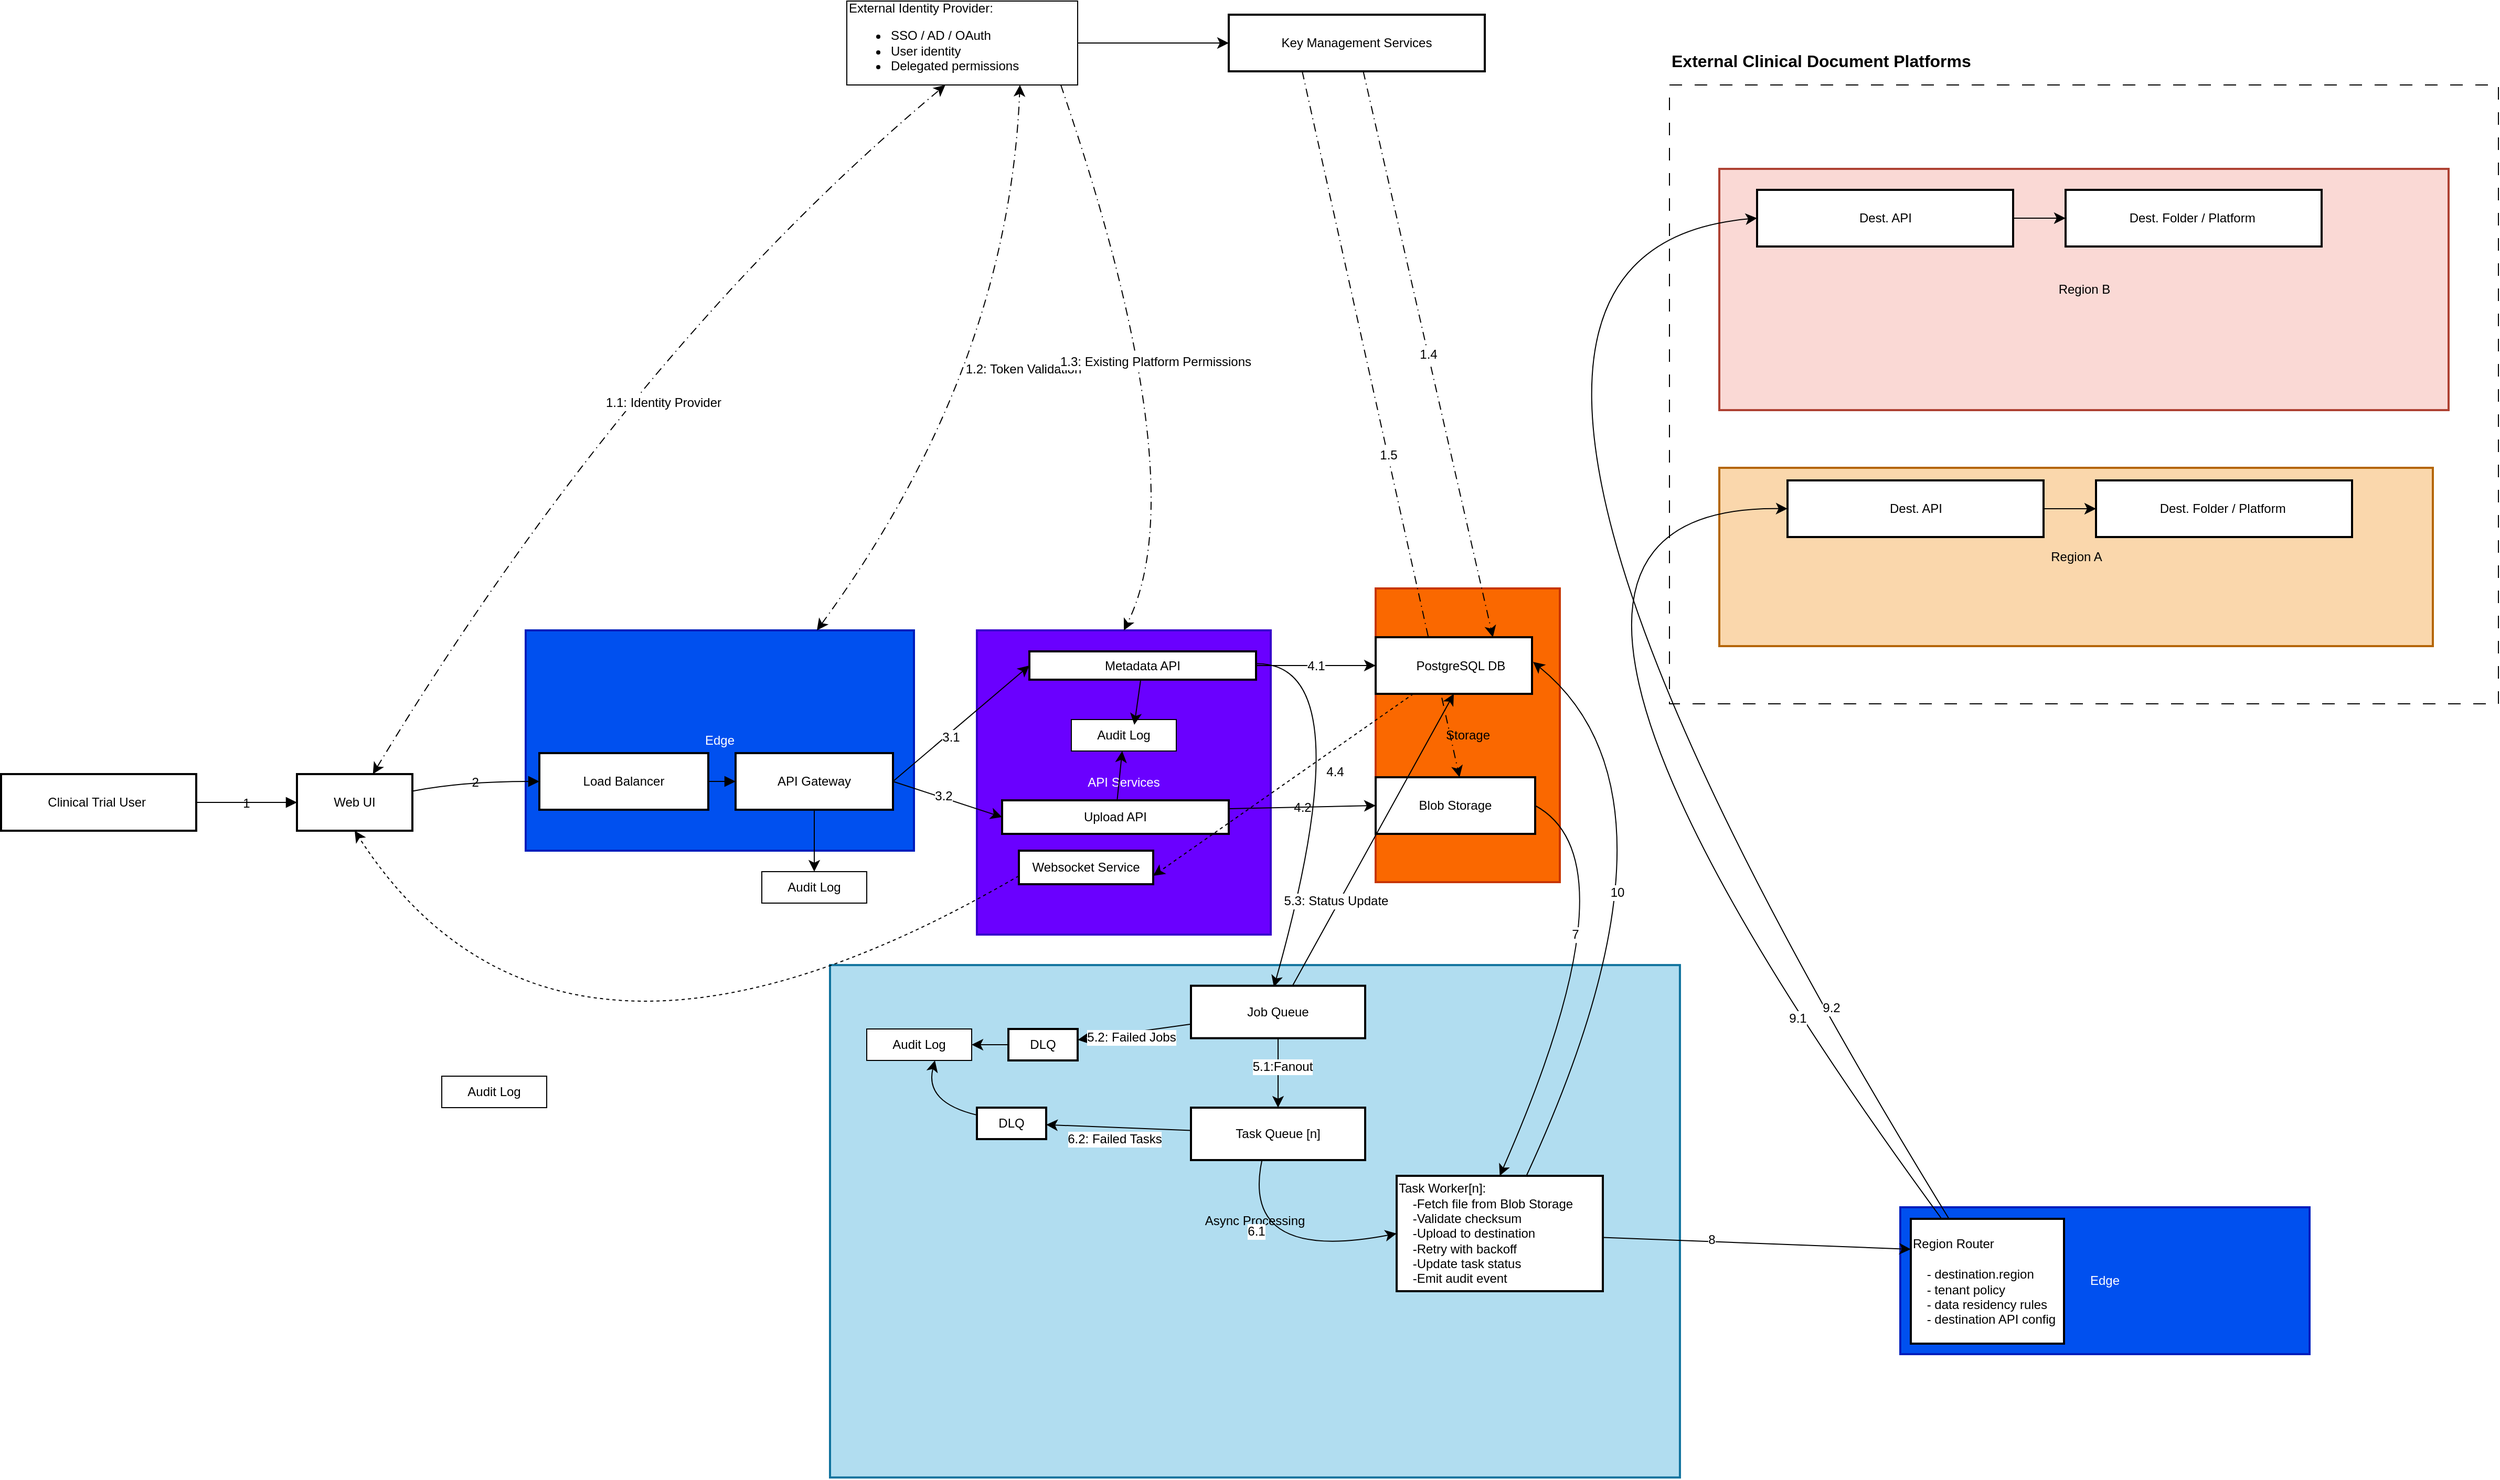
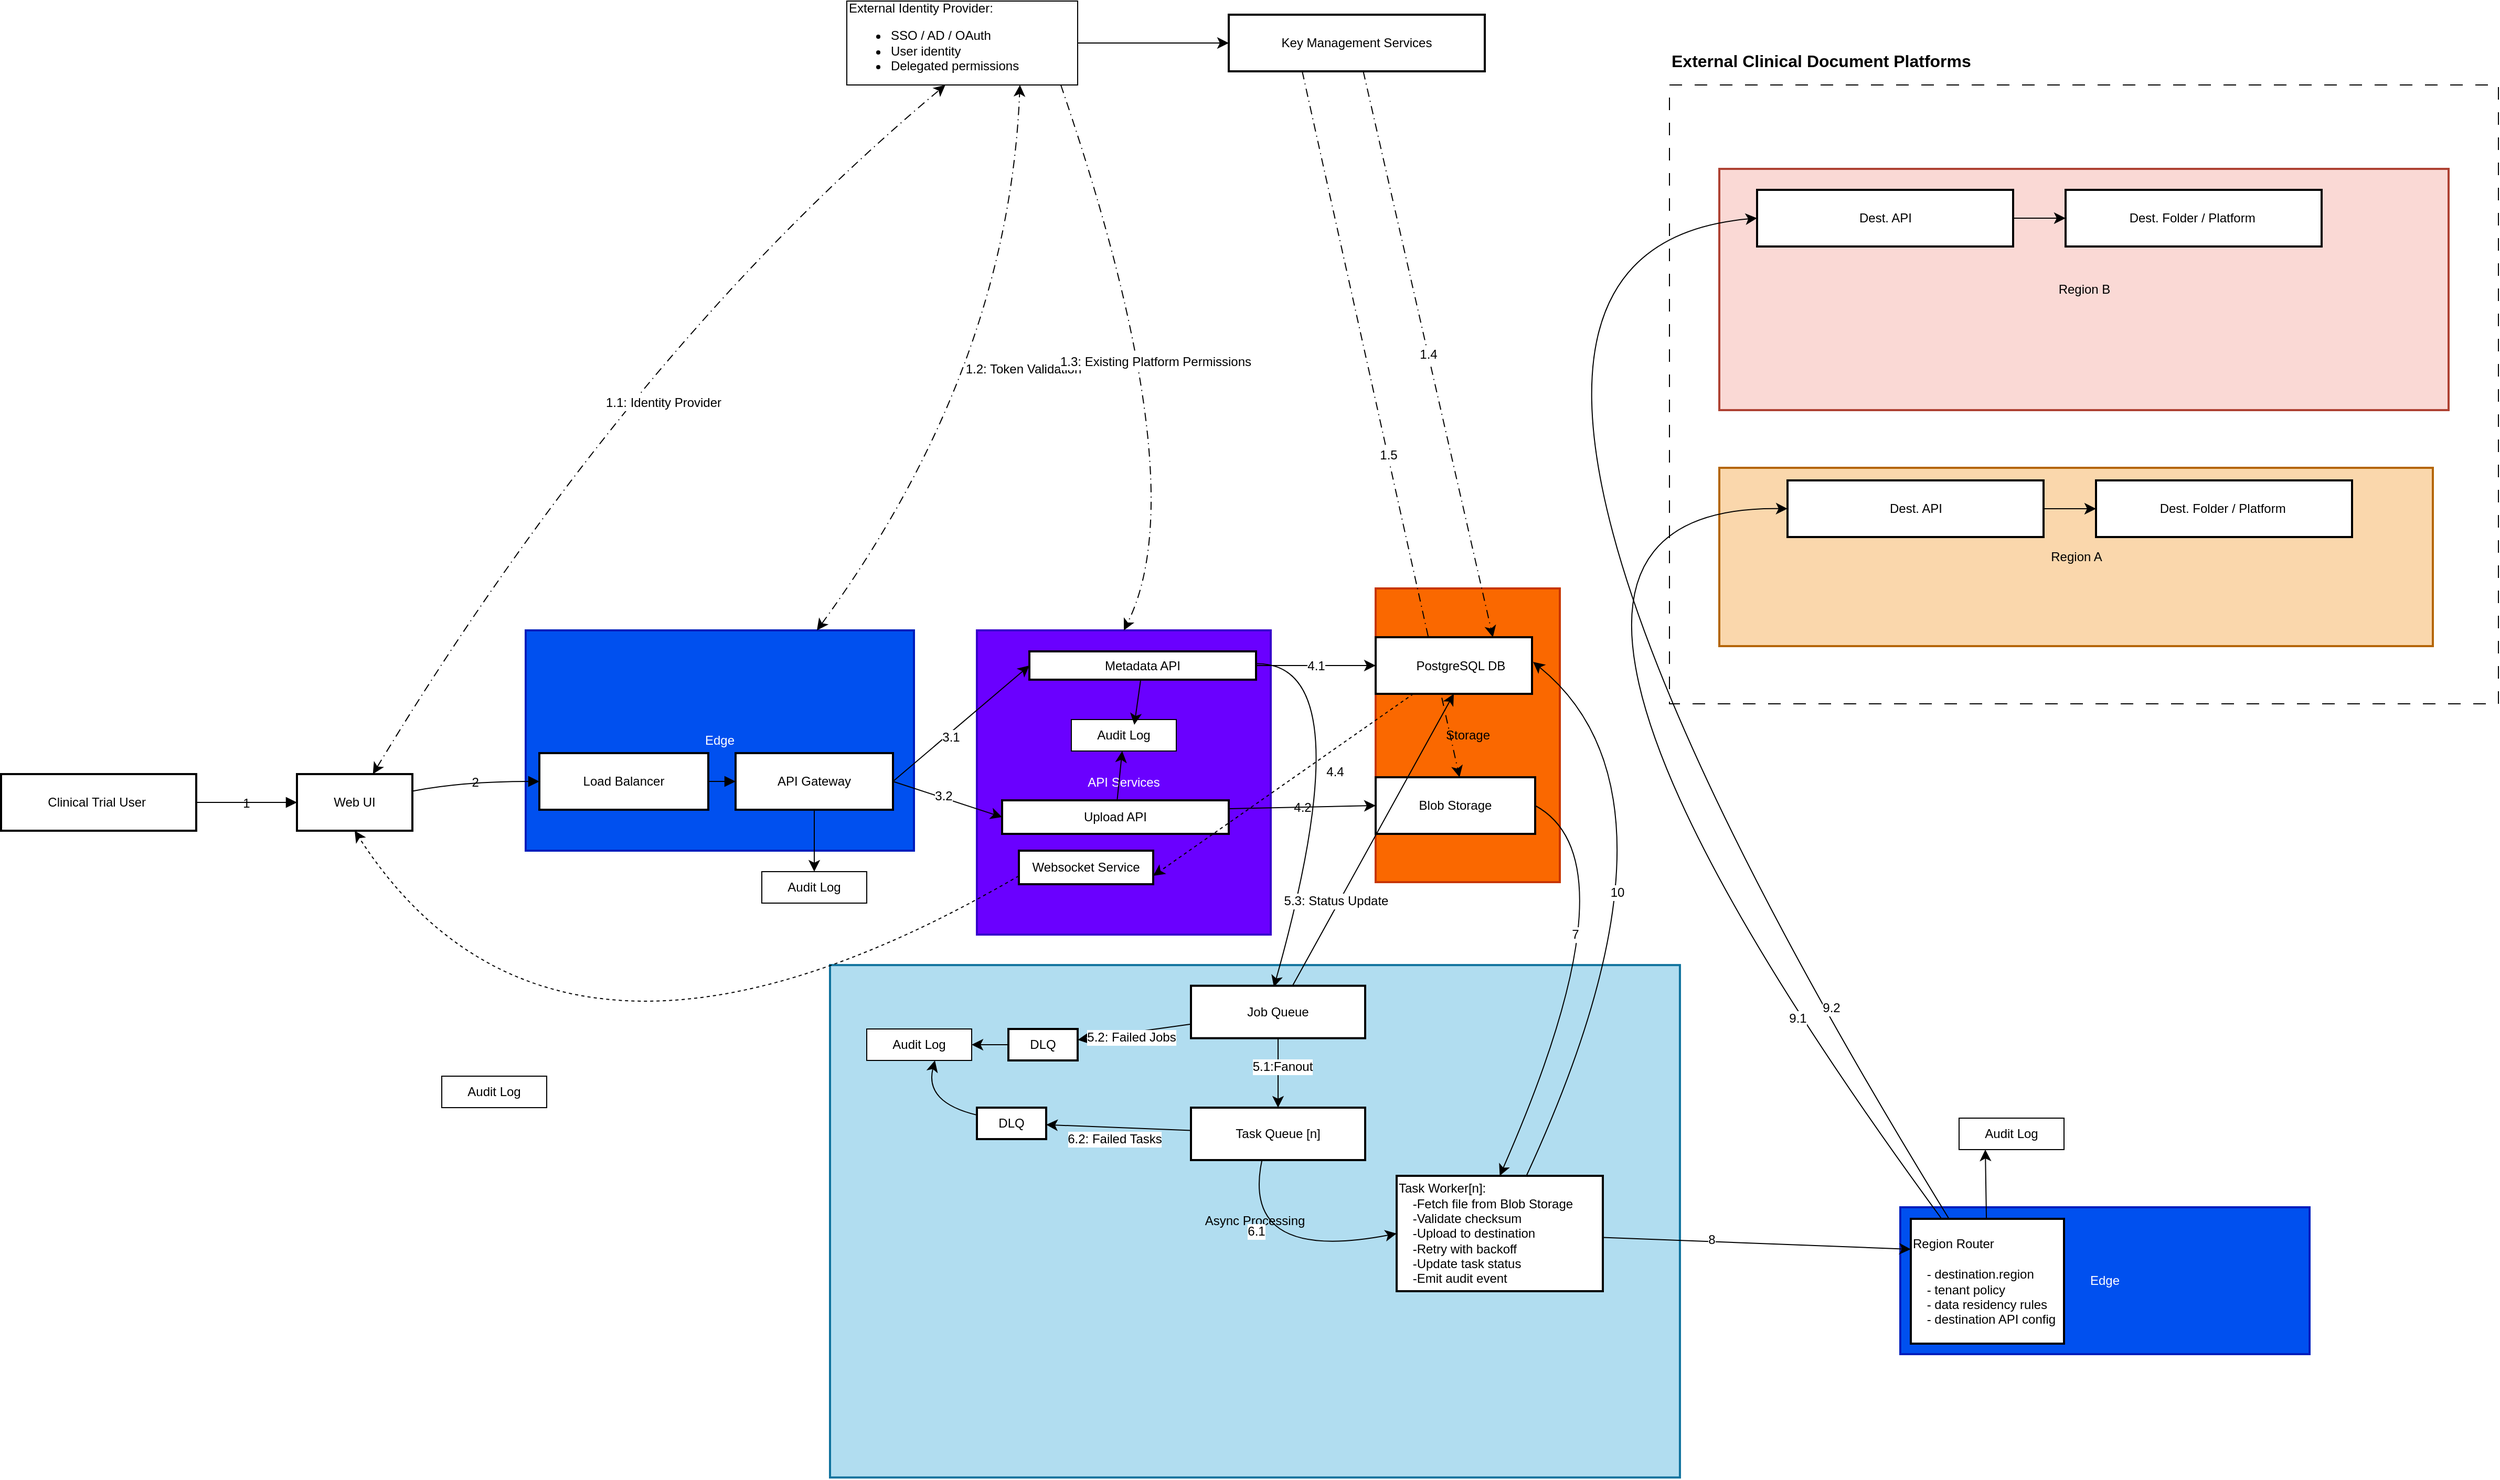
<mxfile host="app.diagrams.net">
  <diagram name="Overall-Diagram" id="Xauzskn0iYLa3f8TggF1">
-     <mxGraphModel dx="992" dy="1775" grid="1" gridSize="10" guides="1" tooltips="1" connect="1" arrows="1" fold="1" page="1" pageScale="1" pageWidth="850" pageHeight="1100" background="none" math="0" shadow="0">
+     <mxGraphModel dx="752" dy="1612" grid="1" gridSize="10" guides="1" tooltips="1" connect="1" arrows="1" fold="1" page="1" pageScale="1" pageWidth="850" pageHeight="1100" background="none" math="0" shadow="0">
      <root>
        <mxCell id="0" />
        <mxCell id="1" parent="0" />
        <mxCell id="kZjGEyZ31KSyDfQOjVAd-13" connectable="0" parent="1" style="group" value="" vertex="1">
          <mxGeometry height="630" width="790" x="1690" y="-520" as="geometry" />
        </mxCell>
        <mxCell id="kZjGEyZ31KSyDfQOjVAd-8" parent="kZjGEyZ31KSyDfQOjVAd-13" style="rounded=0;whiteSpace=wrap;html=1;fillColor=none;dashed=1;dashPattern=12 12;" value="" vertex="1">
          <mxGeometry height="590" width="790" y="40" as="geometry" />
        </mxCell>
        <mxCell id="kZjGEyZ31KSyDfQOjVAd-10" parent="kZjGEyZ31KSyDfQOjVAd-13" style="text;html=1;whiteSpace=wrap;strokeColor=none;fillColor=none;align=left;verticalAlign=middle;rounded=0;fontSize=16;" value="&lt;h2&gt;&lt;span style=&quot;-webkit-text-size-adjust: auto; font-size: medium;&quot;&gt;External Clinical Document Platforms&lt;/span&gt;&lt;/h2&gt;" vertex="1">
          <mxGeometry height="30" width="470" as="geometry" />
        </mxCell>
        <mxCell id="tPvMw2njpGqdJi2HAjV1-28" parent="kZjGEyZ31KSyDfQOjVAd-13" style="whiteSpace=wrap;strokeWidth=2;rounded=0;labelBackgroundColor=none;fillColor=#fad9d5;strokeColor=#ae4132;" value="Region B" vertex="1">
          <mxGeometry height="230" width="695" x="47.5" y="120" as="geometry" />
        </mxCell>
        <mxCell id="tPvMw2njpGqdJi2HAjV1-27" parent="kZjGEyZ31KSyDfQOjVAd-13" style="whiteSpace=wrap;strokeWidth=2;rounded=0;labelBackgroundColor=none;fillColor=#fad7ac;strokeColor=#b46504;" value="Region A" vertex="1">
          <mxGeometry height="170" width="680" x="47.5" y="405" as="geometry" />
        </mxCell>
        <mxCell id="tPvMw2njpGqdJi2HAjV1-7" parent="kZjGEyZ31KSyDfQOjVAd-13" style="whiteSpace=wrap;strokeWidth=2;rounded=0;labelBackgroundColor=none;" value="Dest. Folder / Platform " vertex="1">
          <mxGeometry height="54" width="244" x="406.5" y="417" as="geometry" />
        </mxCell>
        <mxCell id="tPvMw2njpGqdJi2HAjV1-15" edge="1" parent="kZjGEyZ31KSyDfQOjVAd-13" source="tPvMw2njpGqdJi2HAjV1-8" style="edgeStyle=none;curved=1;rounded=0;orthogonalLoop=1;jettySize=auto;html=1;fontSize=12;startSize=8;endSize=8;" target="tPvMw2njpGqdJi2HAjV1-7" value="">
          <mxGeometry relative="1" as="geometry" />
        </mxCell>
        <mxCell id="tPvMw2njpGqdJi2HAjV1-8" parent="kZjGEyZ31KSyDfQOjVAd-13" style="whiteSpace=wrap;strokeWidth=2;rounded=0;labelBackgroundColor=none;" value="Dest. API" vertex="1">
          <mxGeometry height="54" width="244" x="112.5" y="417" as="geometry" />
        </mxCell>
        <mxCell id="tPvMw2njpGqdJi2HAjV1-9" parent="kZjGEyZ31KSyDfQOjVAd-13" style="whiteSpace=wrap;strokeWidth=2;rounded=0;labelBackgroundColor=none;" value="Dest. Folder / Platform " vertex="1">
          <mxGeometry height="54" width="244" x="377.5" y="140" as="geometry" />
        </mxCell>
        <mxCell id="tPvMw2njpGqdJi2HAjV1-16" edge="1" parent="kZjGEyZ31KSyDfQOjVAd-13" source="tPvMw2njpGqdJi2HAjV1-10" style="edgeStyle=none;curved=1;rounded=0;orthogonalLoop=1;jettySize=auto;html=1;fontSize=12;startSize=8;endSize=8;" target="tPvMw2njpGqdJi2HAjV1-9" value="">
          <mxGeometry relative="1" as="geometry" />
        </mxCell>
        <mxCell id="kZjGEyZ31KSyDfQOjVAd-19" edge="1" parent="kZjGEyZ31KSyDfQOjVAd-13" source="tPvMw2njpGqdJi2HAjV1-10" style="edgeStyle=none;curved=1;rounded=0;orthogonalLoop=1;jettySize=auto;html=1;fontSize=12;startSize=8;endSize=8;">
          <mxGeometry relative="1" as="geometry">
            <mxPoint x="129.99999999999955" y="167" as="targetPoint" />
          </mxGeometry>
        </mxCell>
        <mxCell id="tPvMw2njpGqdJi2HAjV1-10" parent="kZjGEyZ31KSyDfQOjVAd-13" style="whiteSpace=wrap;strokeWidth=2;rounded=0;labelBackgroundColor=none;" value="Dest. API" vertex="1">
          <mxGeometry height="54" width="244" x="83.5" y="140" as="geometry" />
        </mxCell>
        <mxCell id="ZxT0anLmeUN1lRlBXtKW-56" parent="1" style="whiteSpace=wrap;strokeWidth=2;rounded=0;labelBackgroundColor=none;fillColor=#0050ef;fontColor=#ffffff;strokeColor=#001DBC;" value="Edge" vertex="1">
          <mxGeometry height="140" width="390" x="1910" y="590" as="geometry" />
        </mxCell>
        <mxCell id="LGeiLnGPZ_kJypGg9XhN-2" parent="1" style="whiteSpace=wrap;strokeWidth=2;rounded=0;labelBackgroundColor=none;fillColor=#b1ddf0;strokeColor=#10739e;aspect=fixed;" value="Async Processing" vertex="1">
          <mxGeometry height="488.53" width="809.97" x="890" y="359.08" as="geometry" />
        </mxCell>
        <mxCell id="LGeiLnGPZ_kJypGg9XhN-4" parent="1" style="whiteSpace=wrap;strokeWidth=2;rounded=0;labelBackgroundColor=none;fillColor=#6a00ff;fontColor=#ffffff;strokeColor=#3700CC;" value="API Services" vertex="1">
          <mxGeometry height="290" width="280" x="1030" y="40" as="geometry" />
        </mxCell>
        <mxCell id="LGeiLnGPZ_kJypGg9XhN-3" parent="1" style="whiteSpace=wrap;strokeWidth=2;rounded=0;labelBackgroundColor=none;fillColor=#fa6800;fontColor=#000000;strokeColor=#C73500;" value="Storage" vertex="1">
          <mxGeometry height="280" width="175.5" x="1410" as="geometry" />
        </mxCell>
        <mxCell id="LGeiLnGPZ_kJypGg9XhN-5" parent="1" style="whiteSpace=wrap;strokeWidth=2;rounded=0;labelBackgroundColor=none;fillColor=#0050ef;fontColor=#ffffff;strokeColor=#001DBC;" value="Edge" vertex="1">
          <mxGeometry height="210" width="370" x="600" y="40" as="geometry" />
        </mxCell>
        <mxCell id="LGeiLnGPZ_kJypGg9XhN-6" parent="1" style="whiteSpace=wrap;strokeWidth=2;rounded=0;labelBackgroundColor=none;" value="Clinical Trial User " vertex="1">
          <mxGeometry height="54" width="186" x="100" y="177" as="geometry" />
        </mxCell>
        <mxCell id="kZjGEyZ31KSyDfQOjVAd-4" edge="1" parent="1" style="edgeStyle=none;curved=1;rounded=0;orthogonalLoop=1;jettySize=auto;html=1;entryX=0.427;entryY=1;entryDx=0;entryDy=0;fontSize=12;startSize=8;endSize=8;dashed=1;dashPattern=8 4 1 4;startArrow=classic;startFill=1;entryPerimeter=0;" target="kZjGEyZ31KSyDfQOjVAd-6" value="1.1: Identity Provider">
          <mxGeometry relative="1" x="0.0321" y="-53" as="geometry">
            <mxPoint as="offset" />
            <Array as="points">
              <mxPoint x="701" y="-230" />
            </Array>
            <mxPoint x="454.3617511520737" y="177" as="sourcePoint" />
            <mxPoint x="1140.5" y="-433" as="targetPoint" />
          </mxGeometry>
        </mxCell>
        <mxCell id="LGeiLnGPZ_kJypGg9XhN-7" parent="1" style="whiteSpace=wrap;strokeWidth=2;rounded=0;labelBackgroundColor=none;" value="Web UI" vertex="1">
          <mxGeometry height="54" width="110" x="382" y="177" as="geometry" />
        </mxCell>
        <mxCell id="LGeiLnGPZ_kJypGg9XhN-8" parent="1" style="whiteSpace=wrap;strokeWidth=2;rounded=0;labelBackgroundColor=none;align=center;" value="&#xa;Load Balancer&#xa;" vertex="1">
          <mxGeometry height="54" width="161" x="613" y="157" as="geometry" />
        </mxCell>
        <mxCell id="ijDLy2rUQYNMrnhEq9o_-15" edge="1" parent="1" source="LGeiLnGPZ_kJypGg9XhN-9" style="edgeStyle=none;curved=1;rounded=0;orthogonalLoop=1;jettySize=auto;html=1;fontSize=12;startSize=8;endSize=8;entryX=0;entryY=0.5;entryDx=0;entryDy=0;labelBackgroundColor=none;fontColor=default;exitX=1;exitY=0.5;exitDx=0;exitDy=0;" target="LGeiLnGPZ_kJypGg9XhN-10">
          <mxGeometry relative="1" as="geometry">
            <mxPoint x="1059.9999999999998" y="229.99999999999977" as="targetPoint" />
          </mxGeometry>
        </mxCell>
        <mxCell id="kZjGEyZ31KSyDfQOjVAd-1" connectable="0" parent="ijDLy2rUQYNMrnhEq9o_-15" style="edgeLabel;html=1;align=center;verticalAlign=middle;resizable=0;points=[];fontSize=12;" value="3.1" vertex="1">
          <mxGeometry relative="1" x="-0.1984" y="-3" as="geometry">
            <mxPoint x="1" as="offset" />
          </mxGeometry>
        </mxCell>
        <mxCell id="ijDLy2rUQYNMrnhEq9o_-17" edge="1" parent="1" source="LGeiLnGPZ_kJypGg9XhN-9" style="edgeStyle=none;curved=1;rounded=0;orthogonalLoop=1;jettySize=auto;html=1;entryX=0;entryY=0.5;entryDx=0;entryDy=0;fontSize=12;startSize=8;endSize=8;exitX=1;exitY=0.5;exitDx=0;exitDy=0;" target="LGeiLnGPZ_kJypGg9XhN-11">
          <mxGeometry relative="1" as="geometry">
            <mxPoint x="960" y="190" as="sourcePoint" />
          </mxGeometry>
        </mxCell>
        <mxCell id="kZjGEyZ31KSyDfQOjVAd-2" connectable="0" parent="ijDLy2rUQYNMrnhEq9o_-17" style="edgeLabel;html=1;align=center;verticalAlign=middle;resizable=0;points=[];fontSize=12;" value="3.2" vertex="1">
          <mxGeometry relative="1" x="-0.0885" y="2" as="geometry">
            <mxPoint as="offset" />
          </mxGeometry>
        </mxCell>
        <mxCell id="tPvMw2njpGqdJi2HAjV1-17" edge="1" parent="1" source="LGeiLnGPZ_kJypGg9XhN-5" style="edgeStyle=none;curved=1;rounded=0;orthogonalLoop=1;jettySize=auto;html=1;entryX=0.75;entryY=1;entryDx=0;entryDy=0;fontSize=12;startSize=8;endSize=8;dashed=1;dashPattern=8 4 1 4;startArrow=classic;startFill=1;exitX=0.75;exitY=0;exitDx=0;exitDy=0;" target="kZjGEyZ31KSyDfQOjVAd-6" value="1.2: Token Validation">
          <mxGeometry relative="1" x="0.0672" y="-14" as="geometry">
            <mxPoint as="offset" />
            <Array as="points">
              <mxPoint x="1060" y="-210" />
            </Array>
            <mxPoint x="853.7118320610687" y="157" as="sourcePoint" />
            <mxPoint x="1240.5" y="-406" as="targetPoint" />
          </mxGeometry>
        </mxCell>
        <mxCell id="H6ffHFjMrClnpl93w-sh-11" edge="1" parent="1" source="LGeiLnGPZ_kJypGg9XhN-9" style="edgeStyle=none;curved=1;rounded=0;orthogonalLoop=1;jettySize=auto;html=1;fontSize=12;startSize=8;endSize=8;" target="H6ffHFjMrClnpl93w-sh-10" value="">
          <mxGeometry relative="1" as="geometry" />
        </mxCell>
        <mxCell id="LGeiLnGPZ_kJypGg9XhN-9" parent="1" style="whiteSpace=wrap;strokeWidth=2;rounded=0;labelBackgroundColor=none;" value="API Gateway" vertex="1">
          <mxGeometry height="54" width="150" x="800" y="157" as="geometry" />
        </mxCell>
        <mxCell id="ijDLy2rUQYNMrnhEq9o_-19" edge="1" parent="1" source="LGeiLnGPZ_kJypGg9XhN-10" style="edgeStyle=none;curved=1;rounded=0;orthogonalLoop=1;jettySize=auto;html=1;entryX=0;entryY=0.5;entryDx=0;entryDy=0;fontSize=12;startSize=8;endSize=8;exitX=1;exitY=0.5;exitDx=0;exitDy=0;" target="LGeiLnGPZ_kJypGg9XhN-12" value="4.1">
          <mxGeometry relative="1" as="geometry" />
        </mxCell>
        <mxCell id="ZxT0anLmeUN1lRlBXtKW-1" edge="1" parent="1" source="LGeiLnGPZ_kJypGg9XhN-10" style="edgeStyle=none;curved=1;rounded=0;orthogonalLoop=1;jettySize=auto;html=1;entryX=0.5;entryY=0;entryDx=0;entryDy=0;fontSize=12;startSize=8;endSize=8;" value="4.4">
          <mxGeometry relative="1" as="geometry">
            <Array as="points">
              <mxPoint x="1400" y="70" />
            </Array>
            <mxPoint x="1313" y="380" as="targetPoint" />
          </mxGeometry>
        </mxCell>
        <mxCell id="LGeiLnGPZ_kJypGg9XhN-10" parent="1" style="whiteSpace=wrap;strokeWidth=2;rounded=0;labelBackgroundColor=none;" value="Metadata API" vertex="1">
          <mxGeometry height="27" width="216" x="1080" y="60" as="geometry" />
        </mxCell>
        <mxCell id="ijDLy2rUQYNMrnhEq9o_-12" edge="1" parent="1" source="LGeiLnGPZ_kJypGg9XhN-11" style="edgeStyle=none;curved=1;rounded=0;orthogonalLoop=1;jettySize=auto;html=1;entryX=0;entryY=0.5;entryDx=0;entryDy=0;fontSize=12;startSize=8;endSize=8;exitX=1;exitY=0.25;exitDx=0;exitDy=0;labelBackgroundColor=none;fontColor=default;" target="LGeiLnGPZ_kJypGg9XhN-13" value="4.2">
          <mxGeometry relative="1" as="geometry" />
        </mxCell>
        <mxCell id="H6ffHFjMrClnpl93w-sh-22" edge="1" parent="1" source="LGeiLnGPZ_kJypGg9XhN-11" style="edgeStyle=none;curved=1;rounded=0;orthogonalLoop=1;jettySize=auto;html=1;fontSize=12;startSize=8;endSize=8;" target="H6ffHFjMrClnpl93w-sh-17">
          <mxGeometry relative="1" as="geometry" />
        </mxCell>
        <mxCell id="LGeiLnGPZ_kJypGg9XhN-11" parent="1" style="whiteSpace=wrap;strokeWidth=2;rounded=0;labelBackgroundColor=none;" value="Upload API" vertex="1">
          <mxGeometry height="32" width="216" x="1054" y="202" as="geometry" />
        </mxCell>
        <mxCell id="tPvMw2njpGqdJi2HAjV1-18" edge="1" parent="1" source="LGeiLnGPZ_kJypGg9XhN-20" style="edgeStyle=none;curved=1;rounded=0;orthogonalLoop=1;jettySize=auto;html=1;entryX=0.75;entryY=0;entryDx=0;entryDy=0;fontSize=12;startSize=8;endSize=8;dashed=1;dashPattern=8 4 1 4;" target="LGeiLnGPZ_kJypGg9XhN-12" value="1.4">
          <mxGeometry relative="1" as="geometry" />
        </mxCell>
        <mxCell id="tPvMw2njpGqdJi2HAjV1-19" edge="1" parent="1" style="edgeStyle=none;curved=1;rounded=0;orthogonalLoop=1;jettySize=auto;html=1;entryX=0.526;entryY=0;entryDx=0;entryDy=0;fontSize=12;startSize=8;endSize=8;dashed=1;dashPattern=8 4 1 4;entryPerimeter=0;" target="LGeiLnGPZ_kJypGg9XhN-13">
          <mxGeometry relative="1" as="geometry">
            <mxPoint x="1340.0036176066023" y="-493" as="sourcePoint" />
            <mxPoint x="1503.69" y="207" as="targetPoint" />
          </mxGeometry>
        </mxCell>
        <mxCell id="kZjGEyZ31KSyDfQOjVAd-3" connectable="0" parent="tPvMw2njpGqdJi2HAjV1-19" style="edgeLabel;html=1;align=center;verticalAlign=middle;resizable=0;points=[];fontSize=12;" value="1.5" vertex="1">
          <mxGeometry relative="1" x="0.0872" as="geometry">
            <mxPoint as="offset" />
          </mxGeometry>
        </mxCell>
        <mxCell id="kZjGEyZ31KSyDfQOjVAd-5" edge="1" parent="1" source="kZjGEyZ31KSyDfQOjVAd-6" style="edgeStyle=none;curved=1;rounded=0;orthogonalLoop=1;jettySize=auto;html=1;fontSize=12;startSize=8;endSize=8;dashed=1;dashPattern=8 4 1 4;entryX=0.5;entryY=0;entryDx=0;entryDy=0;exitX=0.927;exitY=1;exitDx=0;exitDy=0;exitPerimeter=0;" target="LGeiLnGPZ_kJypGg9XhN-4" value="1.3: Existing Platform Permissions">
          <mxGeometry relative="1" as="geometry">
            <Array as="points">
              <mxPoint x="1240" y="-100" />
            </Array>
            <mxPoint x="1160" y="20" as="targetPoint" />
          </mxGeometry>
        </mxCell>
        <mxCell id="LGeiLnGPZ_kJypGg9XhN-20" parent="1" style="whiteSpace=wrap;strokeWidth=2;rounded=0;labelBackgroundColor=none;" value="Key Management Services" vertex="1">
          <mxGeometry height="54" width="244" x="1270" y="-547" as="geometry" />
        </mxCell>
        <mxCell id="LGeiLnGPZ_kJypGg9XhN-23" edge="1" parent="1" source="LGeiLnGPZ_kJypGg9XhN-6" style="curved=1;startArrow=none;endArrow=block;exitX=1;exitY=0.5;entryX=0;entryY=0.5;rounded=0;fontSize=12;startSize=8;endSize=8;labelBackgroundColor=none;fontColor=default;" target="LGeiLnGPZ_kJypGg9XhN-7" value="1">
          <mxGeometry relative="1" as="geometry">
            <Array as="points" />
          </mxGeometry>
        </mxCell>
        <mxCell id="LGeiLnGPZ_kJypGg9XhN-24" edge="1" parent="1" source="LGeiLnGPZ_kJypGg9XhN-7" style="curved=1;startArrow=none;endArrow=block;exitX=1;exitY=0.3;entryX=0;entryY=0.5;rounded=0;fontSize=12;startSize=8;endSize=8;labelBackgroundColor=none;fontColor=default;" target="LGeiLnGPZ_kJypGg9XhN-8" value="2">
          <mxGeometry relative="1" as="geometry">
            <Array as="points">
              <mxPoint x="540" y="184" />
            </Array>
          </mxGeometry>
        </mxCell>
        <mxCell id="LGeiLnGPZ_kJypGg9XhN-35" edge="1" parent="1" source="LGeiLnGPZ_kJypGg9XhN-8" style="curved=1;startArrow=none;endArrow=block;exitX=1;exitY=0.5;entryX=0;entryY=0.5;rounded=0;fontSize=12;startSize=8;endSize=8;labelBackgroundColor=none;fontColor=default;" target="LGeiLnGPZ_kJypGg9XhN-9" value="">
          <mxGeometry relative="1" as="geometry">
            <Array as="points" />
          </mxGeometry>
        </mxCell>
        <mxCell id="tPvMw2njpGqdJi2HAjV1-29" edge="1" parent="1" source="LGeiLnGPZ_kJypGg9XhN-18" style="edgeStyle=none;curved=1;rounded=0;orthogonalLoop=1;jettySize=auto;html=1;entryX=0.5;entryY=1;entryDx=0;entryDy=0;fontSize=12;startSize=8;endSize=8;dashed=1;exitX=0;exitY=0.75;exitDx=0;exitDy=0;" target="LGeiLnGPZ_kJypGg9XhN-7">
          <mxGeometry relative="1" as="geometry">
            <Array as="points">
              <mxPoint x="630" y="530" />
            </Array>
          </mxGeometry>
        </mxCell>
        <mxCell id="LGeiLnGPZ_kJypGg9XhN-18" parent="1" style="whiteSpace=wrap;strokeWidth=2;rounded=0;labelBackgroundColor=none;" value="Websocket Service" vertex="1">
          <mxGeometry height="32" width="128" x="1070" y="250" as="geometry" />
        </mxCell>
        <mxCell id="kZjGEyZ31KSyDfQOjVAd-26" edge="1" parent="1" source="LGeiLnGPZ_kJypGg9XhN-13" style="edgeStyle=none;curved=1;rounded=0;orthogonalLoop=1;jettySize=auto;html=1;entryX=0.5;entryY=0;entryDx=0;entryDy=0;fontSize=12;startSize=8;endSize=8;exitX=1;exitY=0.5;exitDx=0;exitDy=0;" target="ZxT0anLmeUN1lRlBXtKW-53" value="7">
          <mxGeometry relative="1" x="-0.0907" y="-27" as="geometry">
            <mxPoint as="offset" />
            <Array as="points">
              <mxPoint x="1660" y="260" />
            </Array>
          </mxGeometry>
        </mxCell>
        <mxCell id="LGeiLnGPZ_kJypGg9XhN-13" parent="1" style="whiteSpace=wrap;strokeWidth=2;rounded=0;labelBackgroundColor=none;" value="Blob Storage" vertex="1">
          <mxGeometry height="54" width="152" x="1410" y="180" as="geometry" />
        </mxCell>
        <mxCell id="H6ffHFjMrClnpl93w-sh-3" edge="1" parent="1" source="LGeiLnGPZ_kJypGg9XhN-12" style="edgeStyle=none;curved=1;rounded=0;orthogonalLoop=1;jettySize=auto;html=1;entryX=1;entryY=0.75;entryDx=0;entryDy=0;fontSize=12;startSize=8;endSize=8;dashed=1;" target="LGeiLnGPZ_kJypGg9XhN-18">
          <mxGeometry relative="1" as="geometry" />
        </mxCell>
        <mxCell id="LGeiLnGPZ_kJypGg9XhN-12" parent="1" style="whiteSpace=wrap;strokeWidth=2;rounded=0;labelBackgroundColor=none;fontStyle=0" value="    PostgreSQL DB" vertex="1">
          <mxGeometry height="54" width="149" x="1410" y="46.5" as="geometry" />
        </mxCell>
        <mxCell id="kZjGEyZ31KSyDfQOjVAd-17" edge="1" parent="1" source="tPvMw2njpGqdJi2HAjV1-6" style="edgeStyle=none;curved=1;rounded=0;orthogonalLoop=1;jettySize=auto;html=1;fontSize=12;startSize=8;endSize=8;entryX=0;entryY=0.5;entryDx=0;entryDy=0;" target="tPvMw2njpGqdJi2HAjV1-8" value="9.1">
          <mxGeometry relative="1" x="-0.6065" y="-2" as="geometry">
            <mxPoint as="offset" />
            <Array as="points">
              <mxPoint x="1450" y="-80" />
            </Array>
            <mxPoint x="1969.9999999999995" y="-40" as="targetPoint" />
          </mxGeometry>
        </mxCell>
        <mxCell id="kZjGEyZ31KSyDfQOjVAd-18" edge="1" parent="1" source="tPvMw2njpGqdJi2HAjV1-6" style="edgeStyle=none;curved=1;rounded=0;orthogonalLoop=1;jettySize=auto;html=1;fontSize=12;startSize=8;endSize=8;entryX=0;entryY=0.5;entryDx=0;entryDy=0;" target="tPvMw2njpGqdJi2HAjV1-10" value="9.2">
          <mxGeometry relative="1" x="-0.6863" y="-9" as="geometry">
            <mxPoint as="offset" />
            <Array as="points">
              <mxPoint x="1390" y="-320" />
            </Array>
            <mxPoint x="1779.9999999999995" y="-360" as="targetPoint" />
          </mxGeometry>
        </mxCell>
+         <mxCell id="H6ffHFjMrClnpl93w-sh-29" edge="1" parent="1" source="tPvMw2njpGqdJi2HAjV1-6" style="edgeStyle=none;curved=1;rounded=0;orthogonalLoop=1;jettySize=auto;html=1;fontSize=12;startSize=8;endSize=8;entryX=0.25;entryY=1;entryDx=0;entryDy=0;" target="H6ffHFjMrClnpl93w-sh-27">
+           <mxGeometry relative="1" as="geometry">
+             <mxPoint x="2020" y="540" as="targetPoint" />
+           </mxGeometry>
+         </mxCell>
        <mxCell id="tPvMw2njpGqdJi2HAjV1-6" parent="1" style="whiteSpace=wrap;strokeWidth=2;rounded=0;labelBackgroundColor=none;align=left;" value="Region Router&#xa;&#xa;    - destination.region&#xa;    - tenant policy&#xa;    - data residency rules&#xa;    - destination API config" vertex="1">
          <mxGeometry height="119" width="146" x="1920" y="601" as="geometry" />
        </mxCell>
        <mxCell id="ZxT0anLmeUN1lRlBXtKW-5" edge="1" parent="1" source="ZxT0anLmeUN1lRlBXtKW-3" style="edgeStyle=none;curved=1;rounded=0;orthogonalLoop=1;jettySize=auto;html=1;fontSize=12;startSize=8;endSize=8;" target="ZxT0anLmeUN1lRlBXtKW-4" value="">
          <mxGeometry relative="1" as="geometry" />
        </mxCell>
        <mxCell id="kZjGEyZ31KSyDfQOjVAd-20" connectable="0" parent="ZxT0anLmeUN1lRlBXtKW-5" style="edgeLabel;html=1;align=center;verticalAlign=middle;resizable=0;points=[];fontSize=12;" value="5.1:Fanout" vertex="1">
          <mxGeometry relative="1" x="-0.1908" y="4" as="geometry">
            <mxPoint as="offset" />
          </mxGeometry>
        </mxCell>
        <mxCell id="ZxT0anLmeUN1lRlBXtKW-52" edge="1" parent="1" source="ZxT0anLmeUN1lRlBXtKW-3" style="edgeStyle=none;curved=1;rounded=0;orthogonalLoop=1;jettySize=auto;html=1;fontSize=12;startSize=8;endSize=8;" target="ZxT0anLmeUN1lRlBXtKW-9" value="">
          <mxGeometry relative="1" as="geometry" />
        </mxCell>
        <mxCell id="kZjGEyZ31KSyDfQOjVAd-22" connectable="0" parent="ZxT0anLmeUN1lRlBXtKW-52" style="edgeLabel;html=1;align=center;verticalAlign=middle;resizable=0;points=[];fontSize=12;" value="5.2: Failed Jobs" vertex="1">
          <mxGeometry relative="1" x="0.0649" y="4" as="geometry">
            <mxPoint as="offset" />
          </mxGeometry>
        </mxCell>
        <mxCell id="H6ffHFjMrClnpl93w-sh-1" edge="1" parent="1" source="ZxT0anLmeUN1lRlBXtKW-3" style="edgeStyle=none;curved=1;rounded=0;orthogonalLoop=1;jettySize=auto;html=1;entryX=0.5;entryY=1;entryDx=0;entryDy=0;fontSize=12;startSize=8;endSize=8;" target="LGeiLnGPZ_kJypGg9XhN-12">
          <mxGeometry relative="1" as="geometry" />
        </mxCell>
        <mxCell id="H6ffHFjMrClnpl93w-sh-2" connectable="0" parent="H6ffHFjMrClnpl93w-sh-1" style="edgeLabel;html=1;align=center;verticalAlign=middle;resizable=0;points=[];fontSize=12;" value="5.3: Status Update" vertex="1">
          <mxGeometry relative="1" x="-0.4298" y="3" as="geometry">
            <mxPoint as="offset" />
          </mxGeometry>
        </mxCell>
        <mxCell id="ZxT0anLmeUN1lRlBXtKW-3" parent="1" style="whiteSpace=wrap;strokeWidth=2;rounded=0;labelBackgroundColor=none;" value="Job Queue" vertex="1">
          <mxGeometry height="50" width="166" x="1234" y="378.79999999999995" as="geometry" />
        </mxCell>
        <mxCell id="ZxT0anLmeUN1lRlBXtKW-21" edge="1" parent="1" source="ZxT0anLmeUN1lRlBXtKW-4" style="edgeStyle=none;curved=1;rounded=0;orthogonalLoop=1;jettySize=auto;html=1;fontSize=12;startSize=8;endSize=8;" target="ZxT0anLmeUN1lRlBXtKW-11" value="">
          <mxGeometry relative="1" as="geometry" />
        </mxCell>
        <mxCell id="kZjGEyZ31KSyDfQOjVAd-23" connectable="0" parent="ZxT0anLmeUN1lRlBXtKW-21" style="edgeLabel;html=1;align=center;verticalAlign=middle;resizable=0;points=[];fontSize=12;" value="6.2: Failed Tasks" vertex="1">
          <mxGeometry relative="1" x="-0.2155" y="3" as="geometry">
            <mxPoint x="-19" y="7" as="offset" />
          </mxGeometry>
        </mxCell>
        <mxCell id="ZxT0anLmeUN1lRlBXtKW-54" edge="1" parent="1" source="ZxT0anLmeUN1lRlBXtKW-4" style="edgeStyle=none;curved=1;rounded=0;orthogonalLoop=1;jettySize=auto;html=1;entryX=0;entryY=0.5;entryDx=0;entryDy=0;fontSize=12;startSize=8;endSize=8;exitX=0.422;exitY=0.8;exitDx=0;exitDy=0;exitPerimeter=0;" target="ZxT0anLmeUN1lRlBXtKW-53" value="6.1">
          <mxGeometry relative="1" x="-0.4334" y="13" as="geometry">
            <mxPoint as="offset" />
            <Array as="points">
              <mxPoint x="1274" y="645" />
            </Array>
          </mxGeometry>
        </mxCell>
        <mxCell id="ZxT0anLmeUN1lRlBXtKW-4" parent="1" style="whiteSpace=wrap;strokeWidth=2;rounded=0;labelBackgroundColor=none;" value="Task Queue [n]" vertex="1">
          <mxGeometry height="50" width="166" x="1234" y="495" as="geometry" />
        </mxCell>
        <mxCell id="H6ffHFjMrClnpl93w-sh-24" edge="1" parent="1" source="ZxT0anLmeUN1lRlBXtKW-9" style="edgeStyle=none;curved=1;rounded=0;orthogonalLoop=1;jettySize=auto;html=1;entryX=1;entryY=0.5;entryDx=0;entryDy=0;fontSize=12;startSize=8;endSize=8;" target="H6ffHFjMrClnpl93w-sh-13">
          <mxGeometry relative="1" as="geometry" />
        </mxCell>
        <mxCell id="ZxT0anLmeUN1lRlBXtKW-9" parent="1" style="whiteSpace=wrap;strokeWidth=2;rounded=0;labelBackgroundColor=none;" value="DLQ" vertex="1">
          <mxGeometry height="30" width="66" x="1060" y="420" as="geometry" />
        </mxCell>
        <mxCell id="ZxT0anLmeUN1lRlBXtKW-11" parent="1" style="whiteSpace=wrap;strokeWidth=2;rounded=0;labelBackgroundColor=none;" value="DLQ" vertex="1">
          <mxGeometry height="30" width="66" x="1030" y="495" as="geometry" />
        </mxCell>
        <mxCell id="ZxT0anLmeUN1lRlBXtKW-55" edge="1" parent="1" source="ZxT0anLmeUN1lRlBXtKW-53" style="edgeStyle=none;curved=1;rounded=0;orthogonalLoop=1;jettySize=auto;html=1;fontSize=12;startSize=8;endSize=8;">
          <mxGeometry relative="1" as="geometry">
            <mxPoint x="1920.0000000000005" y="630" as="targetPoint" />
          </mxGeometry>
        </mxCell>
        <mxCell id="kZjGEyZ31KSyDfQOjVAd-24" connectable="0" parent="ZxT0anLmeUN1lRlBXtKW-55" style="edgeLabel;html=1;align=center;verticalAlign=middle;resizable=0;points=[];fontSize=12;" value="8" vertex="1">
          <mxGeometry relative="1" x="-0.2942" y="2" as="geometry">
            <mxPoint as="offset" />
          </mxGeometry>
        </mxCell>
        <mxCell id="kZjGEyZ31KSyDfQOjVAd-27" edge="1" parent="1" source="ZxT0anLmeUN1lRlBXtKW-53" style="edgeStyle=none;curved=1;rounded=0;orthogonalLoop=1;jettySize=auto;html=1;fontSize=12;startSize=8;endSize=8;" value="10">
          <mxGeometry relative="1" x="-0.066" y="35" as="geometry">
            <mxPoint as="offset" />
            <Array as="points">
              <mxPoint x="1720" y="200" />
            </Array>
            <mxPoint x="1560" y="70" as="targetPoint" />
          </mxGeometry>
        </mxCell>
        <mxCell id="ZxT0anLmeUN1lRlBXtKW-53" parent="1" style="whiteSpace=wrap;strokeWidth=2;rounded=0;labelBackgroundColor=none;align=left;" value="Task Worker[n]:&#xa;    -Fetch file from Blob Storage&#xa;    -Validate checksum&#xa;    -Upload to destination&#xa;    -Retry with backoff&#xa;    -Update task status&#xa;    -Emit audit event" vertex="1">
          <mxGeometry height="110" width="196.5" x="1430" y="560" as="geometry" />
        </mxCell>
        <mxCell id="kZjGEyZ31KSyDfQOjVAd-7" edge="1" parent="1" source="kZjGEyZ31KSyDfQOjVAd-6" style="edgeStyle=none;curved=1;rounded=0;orthogonalLoop=1;jettySize=auto;html=1;fontSize=12;startSize=8;endSize=8;" target="LGeiLnGPZ_kJypGg9XhN-20" value="">
          <mxGeometry relative="1" as="geometry" />
        </mxCell>
        <mxCell id="kZjGEyZ31KSyDfQOjVAd-6" parent="1" style="whiteSpace=wrap;html=1;align=left;" value="&lt;div&gt;External Identity Provider:&lt;/div&gt;&lt;div&gt;&lt;ul&gt;&lt;li style=&quot;&quot;&gt;SSO / AD / OAuth&lt;/li&gt;&lt;li style=&quot;&quot;&gt;User identity&lt;/li&gt;&lt;li&gt;Delegated permissions&lt;br&gt;&lt;/li&gt;&lt;/ul&gt;&lt;/div&gt;" vertex="1">
          <mxGeometry height="80" width="220" x="906" y="-560" as="geometry" />
        </mxCell>
        <mxCell id="H6ffHFjMrClnpl93w-sh-9" parent="1" style="whiteSpace=wrap;html=1;strokeColor=default;align=center;verticalAlign=middle;fontFamily=Helvetica;fontSize=12;fontColor=default;fillColor=default;" value="Audit Log" vertex="1">
          <mxGeometry height="30" width="100" x="520" y="465" as="geometry" />
        </mxCell>
        <mxCell id="H6ffHFjMrClnpl93w-sh-10" parent="1" style="whiteSpace=wrap;html=1;" value="Audit Log" vertex="1">
          <mxGeometry height="30" width="100" x="825" y="270" as="geometry" />
        </mxCell>
        <mxCell id="H6ffHFjMrClnpl93w-sh-13" parent="1" style="whiteSpace=wrap;html=1;" value="Audit Log" vertex="1">
          <mxGeometry height="30" width="100" x="925" y="420" as="geometry" />
        </mxCell>
        <mxCell id="H6ffHFjMrClnpl93w-sh-17" parent="1" style="whiteSpace=wrap;html=1;" value="Audit Log" vertex="1">
          <mxGeometry height="30" width="100" x="1120" y="125" as="geometry" />
        </mxCell>
        <mxCell id="H6ffHFjMrClnpl93w-sh-23" edge="1" parent="1" source="LGeiLnGPZ_kJypGg9XhN-10" style="edgeStyle=none;curved=1;rounded=0;orthogonalLoop=1;jettySize=auto;html=1;entryX=0.6;entryY=0.167;entryDx=0;entryDy=0;entryPerimeter=0;fontSize=12;startSize=8;endSize=8;" target="H6ffHFjMrClnpl93w-sh-17">
          <mxGeometry relative="1" as="geometry" />
        </mxCell>
        <mxCell id="H6ffHFjMrClnpl93w-sh-25" edge="1" parent="1" source="ZxT0anLmeUN1lRlBXtKW-11" style="edgeStyle=none;curved=1;rounded=0;orthogonalLoop=1;jettySize=auto;html=1;entryX=0.65;entryY=1;entryDx=0;entryDy=0;entryPerimeter=0;fontSize=12;startSize=8;endSize=8;" target="H6ffHFjMrClnpl93w-sh-13">
          <mxGeometry relative="1" as="geometry">
            <Array as="points">
              <mxPoint x="980" y="490" />
            </Array>
          </mxGeometry>
+         </mxCell>
+         <mxCell id="H6ffHFjMrClnpl93w-sh-27" parent="1" style="whiteSpace=wrap;html=1;strokeColor=default;align=center;verticalAlign=middle;fontFamily=Helvetica;fontSize=12;fontColor=default;fillColor=default;" value="Audit Log" vertex="1">
+           <mxGeometry height="30" width="100" x="1966" y="505" as="geometry" />
        </mxCell>
      </root>
    </mxGraphModel>
  </diagram>
</mxfile>
